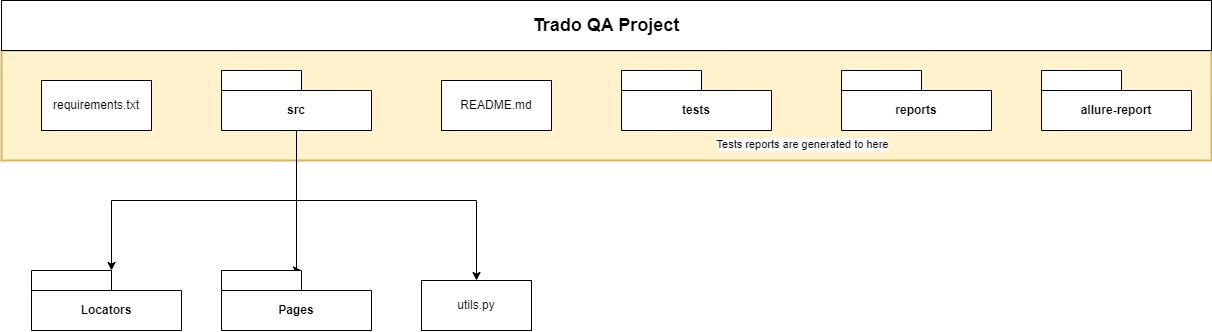
VSciFlight/IITC_trado_final_project keeps this draw.io diagram as media/UML.png. Above is the earlier version. Source tidied: cells renumbered, new cells last; positions are measured from the earlier drawing's top-left corner, leaving out a move shared by most shapes.
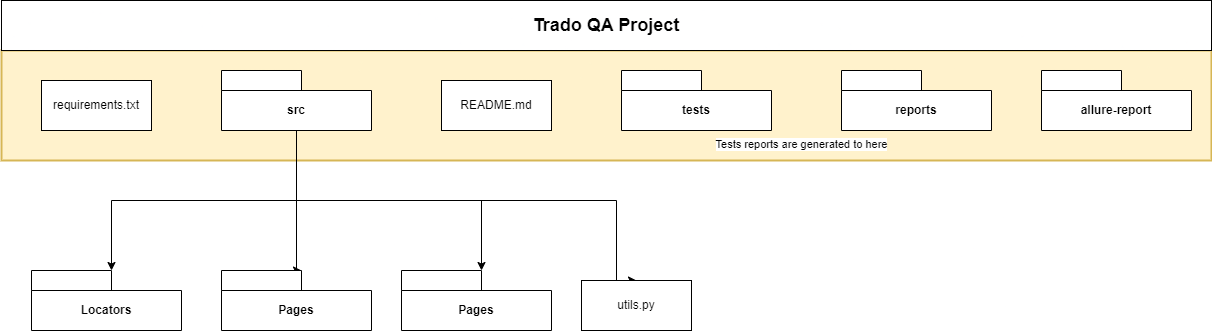
After the commit.

What changed in the source:
```diff
@@ -13,12 +13,12 @@
         <mxPoint x="295" y="130" as="sourcePoint" />
         <Array as="points">
           <mxPoint x="295" y="200" />
-          <mxPoint x="475" y="200" />
+          <mxPoint x="615" y="200" />
         </Array>
       </mxGeometry>
     </mxCell>
     <mxCell id="5" value="utils.py" style="html=1;whiteSpace=wrap;" parent="1" vertex="1">
-      <mxGeometry x="420" y="280" width="110" height="50" as="geometry" />
+      <mxGeometry x="580" y="280" width="110" height="50" as="geometry" />
     </mxCell>
     <mxCell id="6" style="edgeStyle=orthogonalEdgeStyle;rounded=0;jettySize=auto;html=1;entryX=0;entryY=0;entryDx=80;entryDy=0;entryPerimeter=0;" parent="1" edge="1" source="8" target="9">
       <mxGeometry relative="1" as="geometry">
@@ -35,6 +35,14 @@
         </Array>
       </mxGeometry>
     </mxCell>
+    <mxCell id="17" style="edgeStyle=orthogonalEdgeStyle;rounded=0;jettySize=auto;html=1;entryX=0;entryY=0;entryDx=80;entryDy=0;entryPerimeter=0;" parent="1" edge="1" source="8" target="18">
+      <mxGeometry relative="1" as="geometry">
+        <Array as="points">
+          <mxPoint x="295" y="200" />
+          <mxPoint x="480" y="200" />
+        </Array>
+      </mxGeometry>
+    </mxCell>
     <mxCell id="8" value="src" style="shape=folder;fontStyle=1;tabWidth=80;tabHeight=20;tabPosition=left;html=1;boundedLbl=1;whiteSpace=wrap;" parent="1" vertex="1">
       <mxGeometry x="220" y="70" width="150" height="60" as="geometry" />
     </mxCell>
@@ -65,5 +73,8 @@
     <mxCell id="16" value="requirements.txt" style="html=1;whiteSpace=wrap;" parent="1" vertex="1">
       <mxGeometry x="40" y="80" width="110" height="50" as="geometry" />
     </mxCell>
+    <mxCell id="18" value="Pages" style="shape=folder;fontStyle=1;tabWidth=80;tabHeight=20;tabPosition=left;html=1;boundedLbl=1;whiteSpace=wrap;" parent="1" vertex="1">
+      <mxGeometry x="400" y="270" width="150" height="60" as="geometry" />
+    </mxCell>
   </root>
 </mxGraphModel>
```
